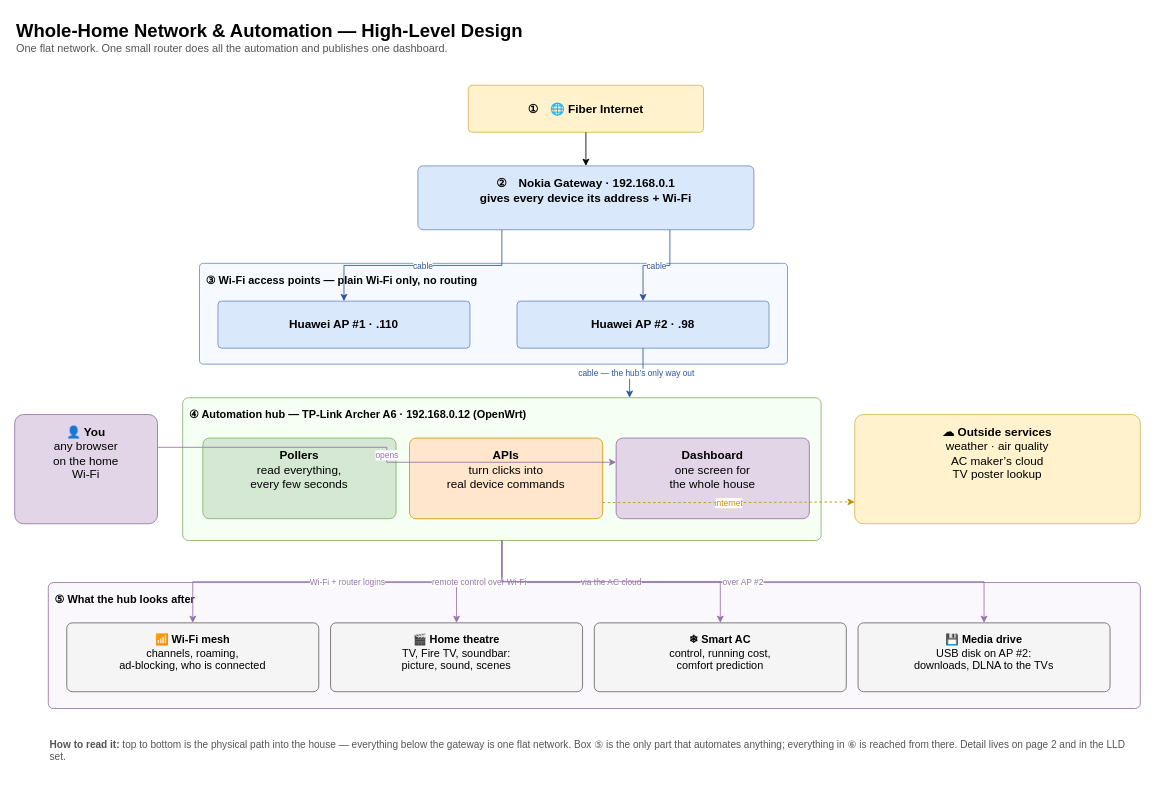
This is page "HLD - one slide" (1 of 2) of docs/diagrams/HLD-whole-architecture.drawio from d2e/my-wifi-docs, a draw.io file, before an edit. Source tidied: cells renumbered, new cells numbered last; positions are measured from the earlier drawing's top-left corner, leaving out a move shared by most shapes. Both pictures are drawn from the tidied source at 84%, with x=0, y=0 at pixel (14, 14).
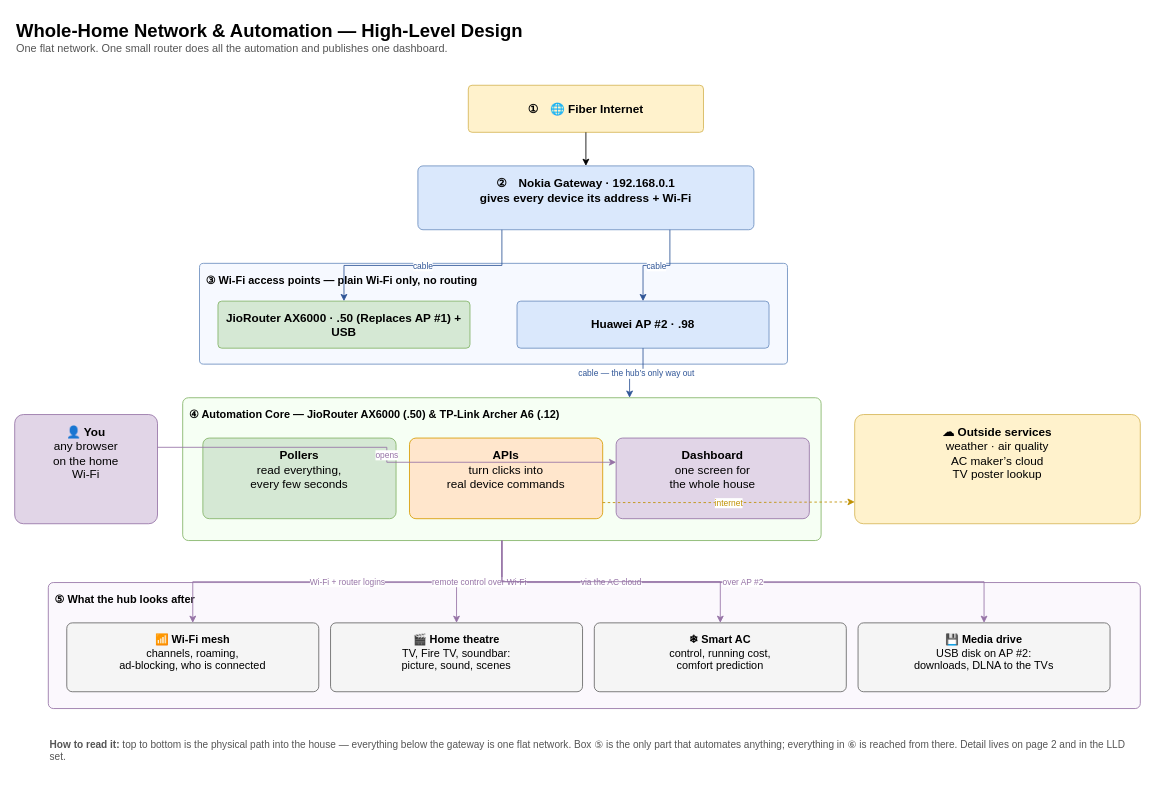
The same diagram, later.

Commit message (it also covers changes not shown here):
docs: deprecate Huawei AP #1, reflect JioRouter AX6000 and direct USB media host migration

The edit, as a diff of the source:
```diff
@@
-    <mxCell id="6" value="&lt;b&gt;Huawei AP #1 · .110&lt;/b&gt;" style="rounded=1;whiteSpace=wrap;html=1;align=center;verticalAlign=middle;fontSize=14;arcSize=8;spacing=4;fillColor=#dae8fc;strokeColor=#6c8ebf;" parent="1" vertex="1">
+    <mxCell id="6" value="&lt;b&gt;JioRouter AX6000 · .50 (Replaces AP #1) + USB&lt;/b&gt;" style="rounded=1;whiteSpace=wrap;html=1;align=center;verticalAlign=middle;fontSize=14;arcSize=8;spacing=4;fillColor=#d5e8d4;strokeColor=#82b366;" parent="1" vertex="1">
       <mxGeometry x="242" y="341" width="300" height="56" as="geometry" />
     </mxCell>
@@
-    <mxCell id="8" value="④  Automation hub — TP-Link Archer A6 · 192.168.0.12 (OpenWrt)" style="rounded=1;whiteSpace=wrap;html=1;align=left;verticalAlign=top;spacing=8;fontSize=13;fontStyle=1;arcSize=4;fillColor=none;strokeColor=#b0b0b0;dashed=1;strokeColor=#82b366;fillColor=#f6fff4;dashed=0;" parent="1" vertex="1">
+    <mxCell id="8" value="④  Automation Core — JioRouter AX6000 (.50) &amp;amp; TP-Link Archer A6 (.12)" style="rounded=1;whiteSpace=wrap;html=1;align=left;verticalAlign=top;spacing=8;fontSize=13;fontStyle=1;arcSize=4;fillColor=none;strokeColor=#b0b0b0;dashed=1;strokeColor=#82b366;fillColor=#f6fff4;dashed=0;" parent="1" vertex="1">
       <mxGeometry x="200" y="456" width="760" height="170" as="geometry" />
     </mxCell>
```
